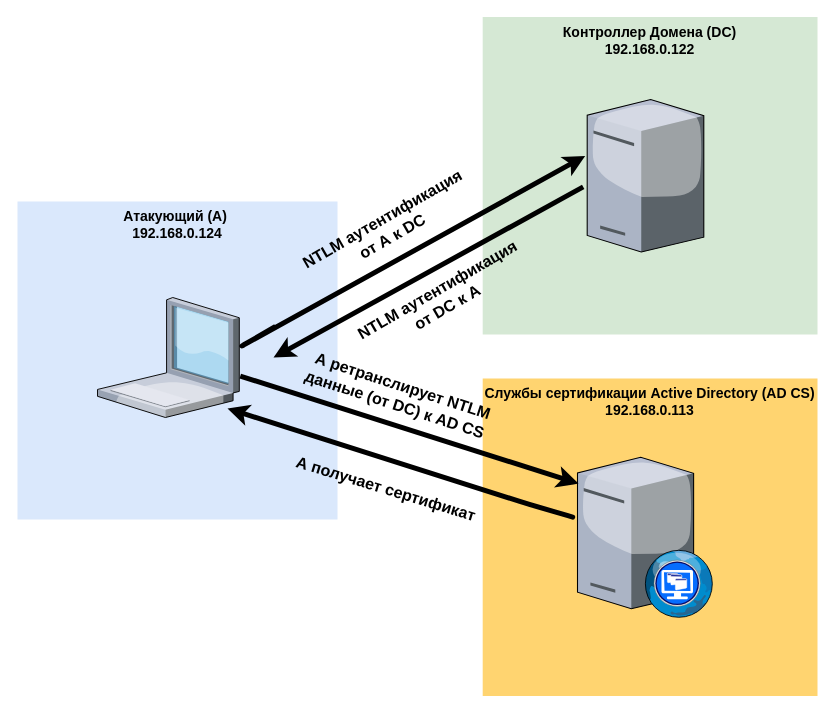
Before: Untitled Diagram.drawio in delyura/coursera, a draw.io diagram. Source tidied: cells renumbered, new cells numbered last; positions are measured from the earlier drawing's top-left corner, leaving out a move shared by most shapes. Both pictures are drawn from the tidied source at 100%, with x=0, y=0 at pixel (17, 16).
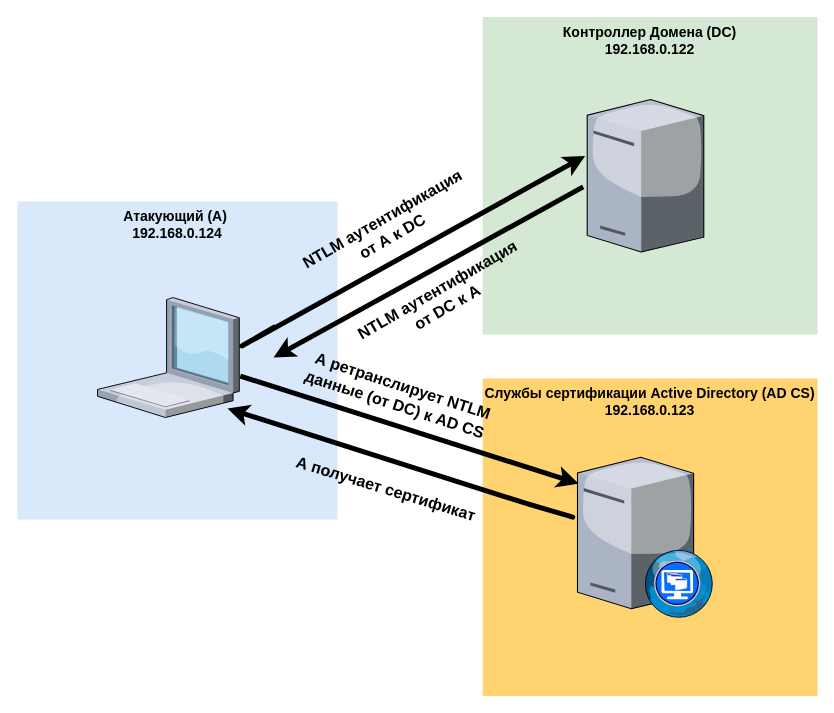
Above is the later version.

What changed in the source:
```diff
@@
-    <mxCell id="4" value="&lt;b&gt;Службы сертификации Active Directory (AD CS)&lt;/b&gt;&lt;br&gt;&lt;b&gt;192.168.0.113&lt;/b&gt;" style="whiteSpace=wrap;html=1;fillColor=#FFD470;gradientColor=none;fontSize=14;strokeColor=none;verticalAlign=top;" parent="1" vertex="1">
+    <mxCell id="4" value="&lt;b&gt;Службы сертификации Active Directory (AD CS)&lt;/b&gt;&lt;br&gt;&lt;b&gt;192.168.0.123&lt;/b&gt;" style="whiteSpace=wrap;html=1;fillColor=#FFD470;gradientColor=none;fontSize=14;strokeColor=none;verticalAlign=top;" parent="1" vertex="1">
       <mxGeometry x="465.2" y="362" width="334.8" height="317.5" as="geometry" />
     </mxCell>
```
